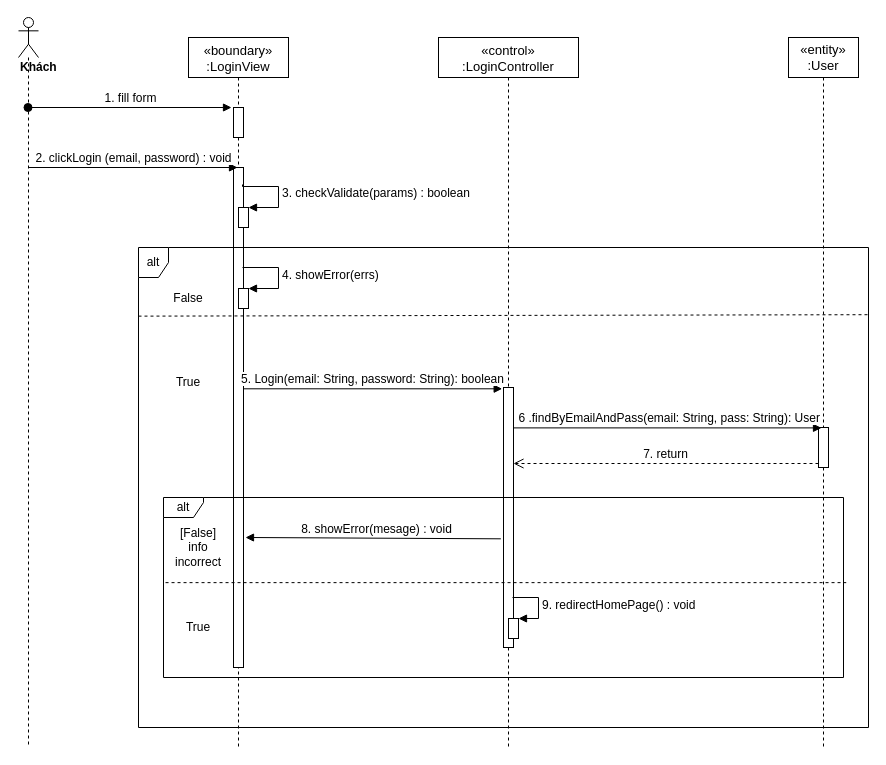
The draw.io diagram sequence diagram/login-sequence-diagram.drawio in nguyenphamvan/datn_20202, before the edit. Source tidied: cells renumbered, new cells numbered last; positions are measured from the earlier drawing's top-left corner, leaving out a move shared by most shapes. Both pictures are drawn from the tidied source at 100%, with x=0, y=0 at pixel (18, 17).
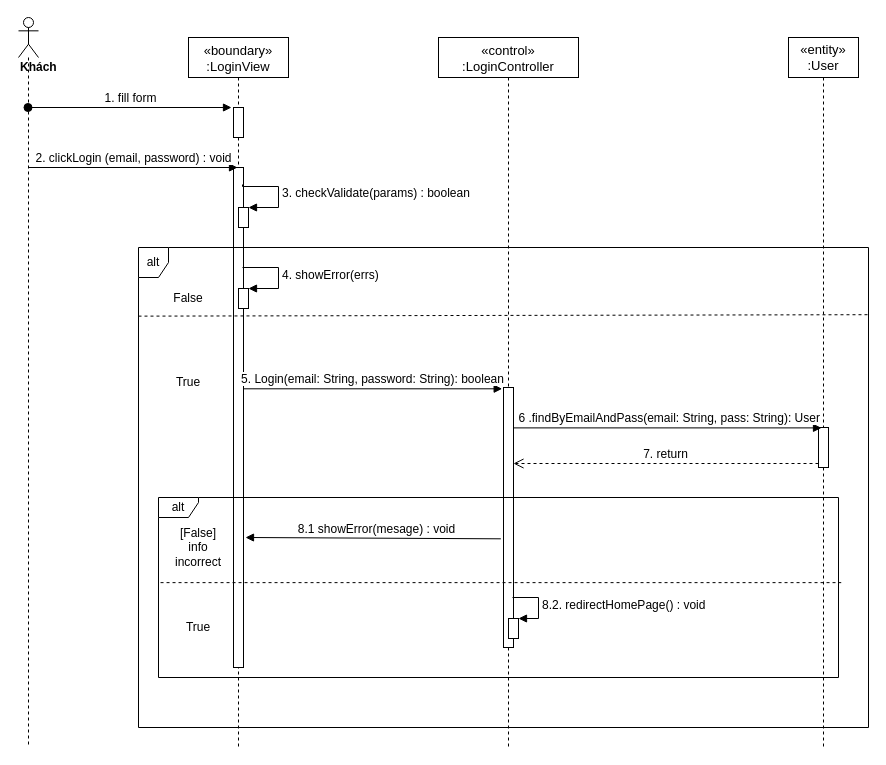
The same page after the edit.

Unchanged cells that the change refers to:
```xml
<mxCell id="4" style="html=1;points=[];perimeter=orthogonalPerimeter;" parent="2" vertex="1">
  <mxGeometry x="45" y="130" width="10" height="500" as="geometry" />
</mxCell>
<mxCell id="6" style="points=[];perimeter=orthogonalPerimeter;rounded=0;shadow=0;strokeWidth=1;" parent="5" vertex="1">
  <mxGeometry x="65" y="350" width="10" height="260" as="geometry" />
</mxCell>
<mxCell id="20" style="html=1;points=[];perimeter=orthogonalPerimeter;" parent="1" vertex="1">
  <mxGeometry x="490" y="601" width="10" height="20" as="geometry" />
</mxCell>
```

The edit, as a diff of the source:
```diff
@@
-    <mxCell id="19" value="&lt;span style=&quot;font-size: 12px&quot;&gt;8. showError(mesage) : void&lt;/span&gt;" style="html=1;verticalAlign=bottom;endArrow=block;exitX=-0.267;exitY=0.582;exitDx=0;exitDy=0;exitPerimeter=0;entryX=1.2;entryY=0.74;entryDx=0;entryDy=0;entryPerimeter=0;" parent="1" edge="1" source="6" target="4">
+    <mxCell id="19" value="&lt;span style=&quot;font-size: 12px&quot;&gt;8.1 showError(mesage) : void&lt;/span&gt;" style="html=1;verticalAlign=bottom;endArrow=block;exitX=-0.267;exitY=0.582;exitDx=0;exitDy=0;exitPerimeter=0;entryX=1.2;entryY=0.74;entryDx=0;entryDy=0;entryPerimeter=0;" parent="1" edge="1" source="6" target="4">
       <mxGeometry x="-0.03" relative="1" as="geometry" />
     </mxCell>
@@
-    <mxCell id="21" value="&lt;font style=&quot;font-size: 12px&quot;&gt;9. redirectHomePage() : void&lt;/font&gt;" style="edgeStyle=orthogonalEdgeStyle;html=1;align=left;spacingLeft=2;endArrow=block;rounded=0;entryX=1;entryY=0;exitX=0.9;exitY=0.034;exitDx=0;exitDy=0;exitPerimeter=0;" parent="1" edge="1" target="20">
+    <mxCell id="21" value="&lt;font style=&quot;font-size: 12px&quot;&gt;8.2. redirectHomePage() : void&lt;/font&gt;" style="edgeStyle=orthogonalEdgeStyle;html=1;align=left;spacingLeft=2;endArrow=block;rounded=0;entryX=1;entryY=0;exitX=0.9;exitY=0.034;exitDx=0;exitDy=0;exitPerimeter=0;" parent="1" edge="1" target="20">
       <mxGeometry relative="1" as="geometry">
         <mxPoint x="494" y="580" as="sourcePoint" />
         <Array as="points">
           <mxPoint x="520" y="580" />
           <mxPoint x="520" y="601" />
         </Array>
       </mxGeometry>
     </mxCell>
@@
     <mxCell id="24" value="alt" style="shape=umlFrame;whiteSpace=wrap;html=1;width=40;height=20;" parent="1" vertex="1">
-      <mxGeometry x="145" y="480" width="680" height="180" as="geometry" />
+      <mxGeometry x="140" y="480" width="680" height="180" as="geometry" />
     </mxCell>
```
